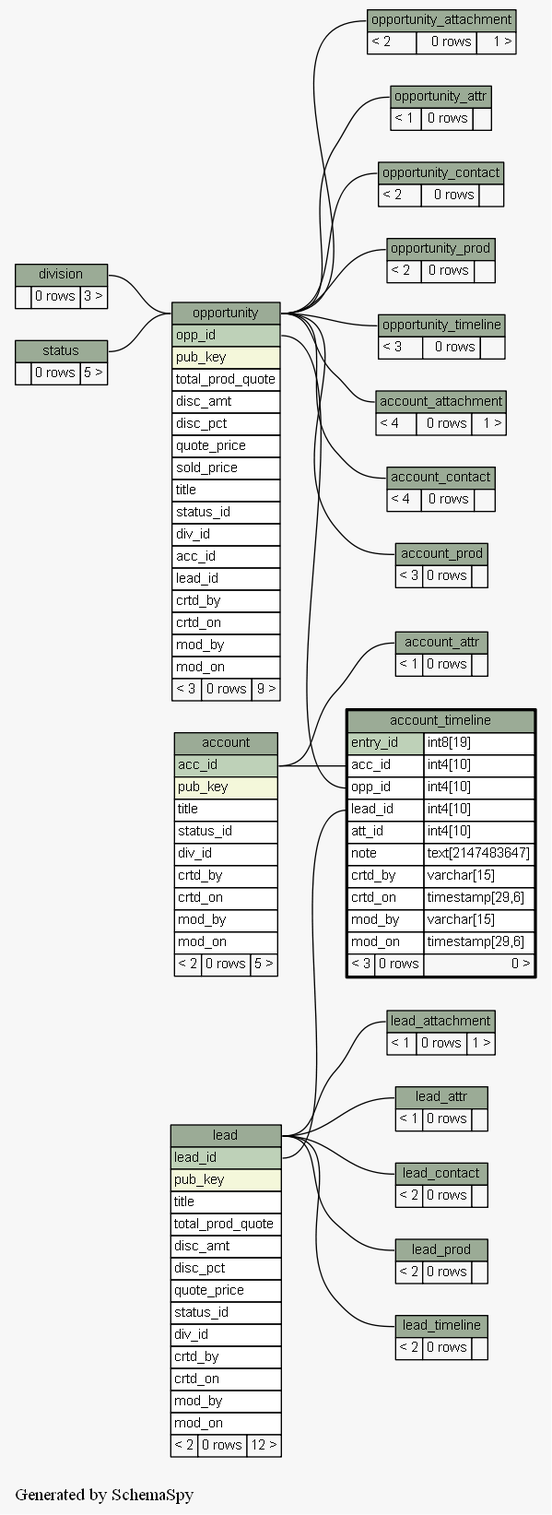
This is docs/database/schemaspy/graphs/account_timeline.2degrees.png from engineerscraft/salesforce, a Graphviz export, as it was before one commit. Its source is kept beside it as docs/database/schemaspy/graphs/account_timeline.2degrees.dot. Source of this version:
```dot
digraph "twoDegreesRelationshipsGraph" {
  graph [
    rankdir="RL"
    bgcolor="#f7f7f7"
    label="\nGenerated by SchemaSpy"
    labeljust="l"
  ];
  node [
    fontname="Helvetica"
    fontsize="11"
    shape="plaintext"
  ];
  edge [
    arrowsize="0.8"
  ];
  "account_attachment":"account_attachment.heading":w -> "opportunity":"opportunity.heading":e [arrowtail=crowodot arrowhead=none];
  "account_attr":"account_attr.heading":w -> "account":"acc_id":e [arrowtail=tee arrowhead=none];
  "account_contact":"account_contact.heading":w -> "opportunity":"opportunity.heading":e [arrowtail=crowtee arrowhead=none];
  "account_prod":"account_prod.heading":w -> "opportunity":"opportunity.heading":e [arrowtail=crowtee arrowhead=none];
  "account_timeline":"acc_id":w -> "account":"acc_id":e [arrowtail=crowtee arrowhead=none];
  "account_timeline":"lead_id":w -> "lead":"lead_id":e [arrowtail=crowodot arrowhead=none];
  "account_timeline":"opp_id":w -> "opportunity":"opp_id":e [arrowtail=crowodot arrowhead=none];
  "lead_attachment":"lead_attachment.heading":w -> "lead":"lead.heading":e [arrowtail=crowtee arrowhead=none];
  "lead_attr":"lead_attr.heading":w -> "lead":"lead.heading":e [arrowtail=tee arrowhead=none];
  "lead_contact":"lead_contact.heading":w -> "lead":"lead.heading":e [arrowtail=crowtee arrowhead=none];
  "lead_prod":"lead_prod.heading":w -> "lead":"lead.heading":e [arrowtail=crowtee arrowhead=none];
  "lead_timeline":"lead_timeline.heading":w -> "lead":"lead.heading":e [arrowtail=crowtee arrowhead=none];
  "opportunity":"opportunity.heading":w -> "division":"division.heading":e [arrowtail=crowtee arrowhead=none];
  "opportunity":"opportunity.heading":w -> "status":"status.heading":e [arrowtail=crowtee arrowhead=none];
  "opportunity_attachment":"opportunity_attachment.heading":w -> "opportunity":"opportunity.heading":e [arrowtail=crowtee arrowhead=none];
  "opportunity_attr":"opportunity_attr.heading":w -> "opportunity":"opportunity.heading":e [arrowtail=tee arrowhead=none];
  "opportunity_contact":"opportunity_contact.heading":w -> "opportunity":"opportunity.heading":e [arrowtail=crowtee arrowhead=none];
  "opportunity_prod":"opportunity_prod.heading":w -> "opportunity":"opportunity.heading":e [arrowtail=crowtee arrowhead=none];
  "opportunity_timeline":"opportunity_timeline.heading":w -> "opportunity":"opportunity.heading":e [arrowtail=crowtee arrowhead=none];
  "account" [
    label=<
    <TABLE BORDER="0" CELLBORDER="1" CELLSPACING="0" BGCOLOR="#ffffff">
      <TR><TD PORT="account.heading" COLSPAN="3" BGCOLOR="#9bab96" ALIGN="CENTER">account</TD></TR>
      <TR><TD PORT="acc_id" COLSPAN="3" BGCOLOR="#bed1b8" ALIGN="LEFT">acc_id</TD></TR>
      <TR><TD PORT="pub_key" COLSPAN="3" BGCOLOR="#f4f7da" ALIGN="LEFT">pub_key</TD></TR>
      <TR><TD PORT="title" COLSPAN="3" ALIGN="LEFT">title</TD></TR>
      <TR><TD PORT="status_id" COLSPAN="3" ALIGN="LEFT">status_id</TD></TR>
      <TR><TD PORT="div_id" COLSPAN="3" ALIGN="LEFT">div_id</TD></TR>
      <TR><TD PORT="crtd_by" COLSPAN="3" ALIGN="LEFT">crtd_by</TD></TR>
      <TR><TD PORT="crtd_on" COLSPAN="3" ALIGN="LEFT">crtd_on</TD></TR>
      <TR><TD PORT="mod_by" COLSPAN="3" ALIGN="LEFT">mod_by</TD></TR>
      <TR><TD PORT="mod_on" COLSPAN="3" ALIGN="LEFT">mod_on</TD></TR>
      <TR><TD ALIGN="LEFT" BGCOLOR="#f7f7f7">&lt; 2</TD><TD ALIGN="RIGHT" BGCOLOR="#f7f7f7">0 rows</TD><TD ALIGN="RIGHT" BGCOLOR="#f7f7f7">5 &gt;</TD></TR>
    </TABLE>>
    URL="account.html#graph"
    tooltip="account"
  ];
  "account_attachment" [
    label=<
    <TABLE BORDER="0" CELLBORDER="1" CELLSPACING="0" BGCOLOR="#ffffff">
      <TR><TD PORT="account_attachment.heading" COLSPAN="3" BGCOLOR="#9bab96" ALIGN="CENTER">account_attachment</TD></TR>
      <TR><TD ALIGN="LEFT" BGCOLOR="#f7f7f7">&lt; 4</TD><TD ALIGN="RIGHT" BGCOLOR="#f7f7f7">0 rows</TD><TD ALIGN="RIGHT" BGCOLOR="#f7f7f7">1 &gt;</TD></TR>
    </TABLE>>
    URL="account_attachment.html#graph"
    tooltip="account_attachment"
  ];
  "account_attr" [
    label=<
    <TABLE BORDER="0" CELLBORDER="1" CELLSPACING="0" BGCOLOR="#ffffff">
      <TR><TD PORT="account_attr.heading" COLSPAN="3" BGCOLOR="#9bab96" ALIGN="CENTER">account_attr</TD></TR>
      <TR><TD ALIGN="LEFT" BGCOLOR="#f7f7f7">&lt; 1</TD><TD ALIGN="RIGHT" BGCOLOR="#f7f7f7">0 rows</TD><TD ALIGN="RIGHT" BGCOLOR="#f7f7f7">  </TD></TR>
    </TABLE>>
    URL="account_attr.html#graph"
    tooltip="account_attr"
  ];
  "account_contact" [
    label=<
    <TABLE BORDER="0" CELLBORDER="1" CELLSPACING="0" BGCOLOR="#ffffff">
      <TR><TD PORT="account_contact.heading" COLSPAN="3" BGCOLOR="#9bab96" ALIGN="CENTER">account_contact</TD></TR>
      <TR><TD ALIGN="LEFT" BGCOLOR="#f7f7f7">&lt; 4</TD><TD ALIGN="RIGHT" BGCOLOR="#f7f7f7">0 rows</TD><TD ALIGN="RIGHT" BGCOLOR="#f7f7f7">  </TD></TR>
    </TABLE>>
    URL="account_contact.html#graph"
    tooltip="account_contact"
  ];
  "account_prod" [
    label=<
    <TABLE BORDER="0" CELLBORDER="1" CELLSPACING="0" BGCOLOR="#ffffff">
      <TR><TD PORT="account_prod.heading" COLSPAN="3" BGCOLOR="#9bab96" ALIGN="CENTER">account_prod</TD></TR>
      <TR><TD ALIGN="LEFT" BGCOLOR="#f7f7f7">&lt; 3</TD><TD ALIGN="RIGHT" BGCOLOR="#f7f7f7">0 rows</TD><TD ALIGN="RIGHT" BGCOLOR="#f7f7f7">  </TD></TR>
    </TABLE>>
    URL="account_prod.html#graph"
    tooltip="account_prod"
  ];
  "account_timeline" [
    label=<
    <TABLE BORDER="2" CELLBORDER="1" CELLSPACING="0" BGCOLOR="#ffffff">
      <TR><TD PORT="account_timeline.heading" COLSPAN="3" BGCOLOR="#9bab96" ALIGN="CENTER">account_timeline</TD></TR>
      <TR><TD PORT="entry_id" COLSPAN="2" BGCOLOR="#bed1b8" ALIGN="LEFT">entry_id</TD><TD PORT="entry_id.type" ALIGN="LEFT">int8[19]</TD></TR>
      <TR><TD PORT="acc_id" COLSPAN="2" ALIGN="LEFT">acc_id</TD><TD PORT="acc_id.type" ALIGN="LEFT">int4[10]</TD></TR>
      <TR><TD PORT="opp_id" COLSPAN="2" ALIGN="LEFT">opp_id</TD><TD PORT="opp_id.type" ALIGN="LEFT">int4[10]</TD></TR>
      <TR><TD PORT="lead_id" COLSPAN="2" ALIGN="LEFT">lead_id</TD><TD PORT="lead_id.type" ALIGN="LEFT">int4[10]</TD></TR>
      <TR><TD PORT="att_id" COLSPAN="2" ALIGN="LEFT">att_id</TD><TD PORT="att_id.type" ALIGN="LEFT">int4[10]</TD></TR>
      <TR><TD PORT="note" COLSPAN="2" ALIGN="LEFT">note</TD><TD PORT="note.type" ALIGN="LEFT">text[2147483647]</TD></TR>
      <TR><TD PORT="crtd_by" COLSPAN="2" ALIGN="LEFT">crtd_by</TD><TD PORT="crtd_by.type" ALIGN="LEFT">varchar[15]</TD></TR>
      <TR><TD PORT="crtd_on" COLSPAN="2" ALIGN="LEFT">crtd_on</TD><TD PORT="crtd_on.type" ALIGN="LEFT">timestamp[29,6]</TD></TR>
      <TR><TD PORT="mod_by" COLSPAN="2" ALIGN="LEFT">mod_by</TD><TD PORT="mod_by.type" ALIGN="LEFT">varchar[15]</TD></TR>
      <TR><TD PORT="mod_on" COLSPAN="2" ALIGN="LEFT">mod_on</TD><TD PORT="mod_on.type" ALIGN="LEFT">timestamp[29,6]</TD></TR>
      <TR><TD ALIGN="LEFT" BGCOLOR="#f7f7f7">&lt; 3</TD><TD ALIGN="RIGHT" BGCOLOR="#f7f7f7">0 rows</TD><TD ALIGN="RIGHT" BGCOLOR="#f7f7f7">0 &gt;</TD></TR>
    </TABLE>>
    URL="account_timeline.html#"
    tooltip="account_timeline"
  ];
  "division" [
    label=<
    <TABLE BORDER="0" CELLBORDER="1" CELLSPACING="0" BGCOLOR="#ffffff">
      <TR><TD PORT="division.heading" COLSPAN="3" BGCOLOR="#9bab96" ALIGN="CENTER">division</TD></TR>
      <TR><TD ALIGN="LEFT" BGCOLOR="#f7f7f7">  </TD><TD ALIGN="RIGHT" BGCOLOR="#f7f7f7">0 rows</TD><TD ALIGN="RIGHT" BGCOLOR="#f7f7f7">3 &gt;</TD></TR>
    </TABLE>>
    URL="division.html#graph"
    tooltip="division"
  ];
  "lead" [
    label=<
    <TABLE BORDER="0" CELLBORDER="1" CELLSPACING="0" BGCOLOR="#ffffff">
      <TR><TD PORT="lead.heading" COLSPAN="3" BGCOLOR="#9bab96" ALIGN="CENTER">lead</TD></TR>
      <TR><TD PORT="lead_id" COLSPAN="3" BGCOLOR="#bed1b8" ALIGN="LEFT">lead_id</TD></TR>
      <TR><TD PORT="pub_key" COLSPAN="3" BGCOLOR="#f4f7da" ALIGN="LEFT">pub_key</TD></TR>
      <TR><TD PORT="title" COLSPAN="3" ALIGN="LEFT">title</TD></TR>
      <TR><TD PORT="total_prod_quote" COLSPAN="3" ALIGN="LEFT">total_prod_quote</TD></TR>
      <TR><TD PORT="disc_amt" COLSPAN="3" ALIGN="LEFT">disc_amt</TD></TR>
      <TR><TD PORT="disc_pct" COLSPAN="3" ALIGN="LEFT">disc_pct</TD></TR>
      <TR><TD PORT="quote_price" COLSPAN="3" ALIGN="LEFT">quote_price</TD></TR>
      <TR><TD PORT="status_id" COLSPAN="3" ALIGN="LEFT">status_id</TD></TR>
      <TR><TD PORT="div_id" COLSPAN="3" ALIGN="LEFT">div_id</TD></TR>
      <TR><TD PORT="crtd_by" COLSPAN="3" ALIGN="LEFT">crtd_by</TD></TR>
      <TR><TD PORT="crtd_on" COLSPAN="3" ALIGN="LEFT">crtd_on</TD></TR>
      <TR><TD PORT="mod_by" COLSPAN="3" ALIGN="LEFT">mod_by</TD></TR>
      <TR><TD PORT="mod_on" COLSPAN="3" ALIGN="LEFT">mod_on</TD></TR>
      <TR><TD ALIGN="LEFT" BGCOLOR="#f7f7f7">&lt; 2</TD><TD ALIGN="RIGHT" BGCOLOR="#f7f7f7">0 rows</TD><TD ALIGN="RIGHT" BGCOLOR="#f7f7f7">12 &gt;</TD></TR>
    </TABLE>>
    URL="lead.html#graph"
    tooltip="lead"
  ];
  "lead_attachment" [
    label=<
    <TABLE BORDER="0" CELLBORDER="1" CELLSPACING="0" BGCOLOR="#ffffff">
      <TR><TD PORT="lead_attachment.heading" COLSPAN="3" BGCOLOR="#9bab96" ALIGN="CENTER">lead_attachment</TD></TR>
      <TR><TD ALIGN="LEFT" BGCOLOR="#f7f7f7">&lt; 1</TD><TD ALIGN="RIGHT" BGCOLOR="#f7f7f7">0 rows</TD><TD ALIGN="RIGHT" BGCOLOR="#f7f7f7">1 &gt;</TD></TR>
    </TABLE>>
    URL="lead_attachment.html#graph"
    tooltip="lead_attachment"
  ];
  "lead_attr" [
    label=<
    <TABLE BORDER="0" CELLBORDER="1" CELLSPACING="0" BGCOLOR="#ffffff">
      <TR><TD PORT="lead_attr.heading" COLSPAN="3" BGCOLOR="#9bab96" ALIGN="CENTER">lead_attr</TD></TR>
      <TR><TD ALIGN="LEFT" BGCOLOR="#f7f7f7">&lt; 1</TD><TD ALIGN="RIGHT" BGCOLOR="#f7f7f7">0 rows</TD><TD ALIGN="RIGHT" BGCOLOR="#f7f7f7">  </TD></TR>
    </TABLE>>
    URL="lead_attr.html#graph"
    tooltip="lead_attr"
  ];
  "lead_contact" [
    label=<
    <TABLE BORDER="0" CELLBORDER="1" CELLSPACING="0" BGCOLOR="#ffffff">
      <TR><TD PORT="lead_contact.heading" COLSPAN="3" BGCOLOR="#9bab96" ALIGN="CENTER">lead_contact</TD></TR>
      <TR><TD ALIGN="LEFT" BGCOLOR="#f7f7f7">&lt; 2</TD><TD ALIGN="RIGHT" BGCOLOR="#f7f7f7">0 rows</TD><TD ALIGN="RIGHT" BGCOLOR="#f7f7f7">  </TD></TR>
    </TABLE>>
    URL="lead_contact.html#graph"
    tooltip="lead_contact"
  ];
  "lead_prod" [
    label=<
    <TABLE BORDER="0" CELLBORDER="1" CELLSPACING="0" BGCOLOR="#ffffff">
      <TR><TD PORT="lead_prod.heading" COLSPAN="3" BGCOLOR="#9bab96" ALIGN="CENTER">lead_prod</TD></TR>
      <TR><TD ALIGN="LEFT" BGCOLOR="#f7f7f7">&lt; 2</TD><TD ALIGN="RIGHT" BGCOLOR="#f7f7f7">0 rows</TD><TD ALIGN="RIGHT" BGCOLOR="#f7f7f7">  </TD></TR>
    </TABLE>>
    URL="lead_prod.html#graph"
    tooltip="lead_prod"
  ];
  "lead_timeline" [
    label=<
    <TABLE BORDER="0" CELLBORDER="1" CELLSPACING="0" BGCOLOR="#ffffff">
      <TR><TD PORT="lead_timeline.heading" COLSPAN="3" BGCOLOR="#9bab96" ALIGN="CENTER">lead_timeline</TD></TR>
      <TR><TD ALIGN="LEFT" BGCOLOR="#f7f7f7">&lt; 2</TD><TD ALIGN="RIGHT" BGCOLOR="#f7f7f7">0 rows</TD><TD ALIGN="RIGHT" BGCOLOR="#f7f7f7">  </TD></TR>
    </TABLE>>
    URL="lead_timeline.html#graph"
    tooltip="lead_timeline"
  ];
  "opportunity" [
    label=<
    <TABLE BORDER="0" CELLBORDER="1" CELLSPACING="0" BGCOLOR="#ffffff">
      <TR><TD PORT="opportunity.heading" COLSPAN="3" BGCOLOR="#9bab96" ALIGN="CENTER">opportunity</TD></TR>
      <TR><TD PORT="opp_id" COLSPAN="3" BGCOLOR="#bed1b8" ALIGN="LEFT">opp_id</TD></TR>
      <TR><TD PORT="pub_key" COLSPAN="3" BGCOLOR="#f4f7da" ALIGN="LEFT">pub_key</TD></TR>
      <TR><TD PORT="total_prod_quote" COLSPAN="3" ALIGN="LEFT">total_prod_quote</TD></TR>
      <TR><TD PORT="disc_amt" COLSPAN="3" ALIGN="LEFT">disc_amt</TD></TR>
      <TR><TD PORT="disc_pct" COLSPAN="3" ALIGN="LEFT">disc_pct</TD></TR>
      <TR><TD PORT="quote_price" COLSPAN="3" ALIGN="LEFT">quote_price</TD></TR>
      <TR><TD PORT="sold_price" COLSPAN="3" ALIGN="LEFT">sold_price</TD></TR>
      <TR><TD PORT="title" COLSPAN="3" ALIGN="LEFT">title</TD></TR>
      <TR><TD PORT="status_id" COLSPAN="3" ALIGN="LEFT">status_id</TD></TR>
      <TR><TD PORT="div_id" COLSPAN="3" ALIGN="LEFT">div_id</TD></TR>
      <TR><TD PORT="acc_id" COLSPAN="3" ALIGN="LEFT">acc_id</TD></TR>
      <TR><TD PORT="lead_id" COLSPAN="3" ALIGN="LEFT">lead_id</TD></TR>
      <TR><TD PORT="crtd_by" COLSPAN="3" ALIGN="LEFT">crtd_by</TD></TR>
      <TR><TD PORT="crtd_on" COLSPAN="3" ALIGN="LEFT">crtd_on</TD></TR>
      <TR><TD PORT="mod_by" COLSPAN="3" ALIGN="LEFT">mod_by</TD></TR>
      <TR><TD PORT="mod_on" COLSPAN="3" ALIGN="LEFT">mod_on</TD></TR>
      <TR><TD ALIGN="LEFT" BGCOLOR="#f7f7f7">&lt; 3</TD><TD ALIGN="RIGHT" BGCOLOR="#f7f7f7">0 rows</TD><TD ALIGN="RIGHT" BGCOLOR="#f7f7f7">9 &gt;</TD></TR>
    </TABLE>>
    URL="opportunity.html#graph"
    tooltip="opportunity"
  ];
  "opportunity_attachment" [
    label=<
    <TABLE BORDER="0" CELLBORDER="1" CELLSPACING="0" BGCOLOR="#ffffff">
      <TR><TD PORT="opportunity_attachment.heading" COLSPAN="3" BGCOLOR="#9bab96" ALIGN="CENTER">opportunity_attachment</TD></TR>
      <TR><TD ALIGN="LEFT" BGCOLOR="#f7f7f7">&lt; 2</TD><TD ALIGN="RIGHT" BGCOLOR="#f7f7f7">0 rows</TD><TD ALIGN="RIGHT" BGCOLOR="#f7f7f7">1 &gt;</TD></TR>
    </TABLE>>
    URL="opportunity_attachment.html#graph"
    tooltip="opportunity_attachment"
  ];
  "opportunity_attr" [
    label=<
    <TABLE BORDER="0" CELLBORDER="1" CELLSPACING="0" BGCOLOR="#ffffff">
      <TR><TD PORT="opportunity_attr.heading" COLSPAN="3" BGCOLOR="#9bab96" ALIGN="CENTER">opportunity_attr</TD></TR>
      <TR><TD ALIGN="LEFT" BGCOLOR="#f7f7f7">&lt; 1</TD><TD ALIGN="RIGHT" BGCOLOR="#f7f7f7">0 rows</TD><TD ALIGN="RIGHT" BGCOLOR="#f7f7f7">  </TD></TR>
    </TABLE>>
    URL="opportunity_attr.html#graph"
    tooltip="opportunity_attr"
  ];
  "opportunity_contact" [
    label=<
    <TABLE BORDER="0" CELLBORDER="1" CELLSPACING="0" BGCOLOR="#ffffff">
      <TR><TD PORT="opportunity_contact.heading" COLSPAN="3" BGCOLOR="#9bab96" ALIGN="CENTER">opportunity_contact</TD></TR>
      <TR><TD ALIGN="LEFT" BGCOLOR="#f7f7f7">&lt; 2</TD><TD ALIGN="RIGHT" BGCOLOR="#f7f7f7">0 rows</TD><TD ALIGN="RIGHT" BGCOLOR="#f7f7f7">  </TD></TR>
    </TABLE>>
    URL="opportunity_contact.html#graph"
    tooltip="opportunity_contact"
  ];
  "opportunity_prod" [
    label=<
    <TABLE BORDER="0" CELLBORDER="1" CELLSPACING="0" BGCOLOR="#ffffff">
      <TR><TD PORT="opportunity_prod.heading" COLSPAN="3" BGCOLOR="#9bab96" ALIGN="CENTER">opportunity_prod</TD></TR>
      <TR><TD ALIGN="LEFT" BGCOLOR="#f7f7f7">&lt; 2</TD><TD ALIGN="RIGHT" BGCOLOR="#f7f7f7">0 rows</TD><TD ALIGN="RIGHT" BGCOLOR="#f7f7f7">  </TD></TR>
    </TABLE>>
    URL="opportunity_prod.html#graph"
    tooltip="opportunity_prod"
  ];
  "opportunity_timeline" [
    label=<
    <TABLE BORDER="0" CELLBORDER="1" CELLSPACING="0" BGCOLOR="#ffffff">
      <TR><TD PORT="opportunity_timeline.heading" COLSPAN="3" BGCOLOR="#9bab96" ALIGN="CENTER">opportunity_timeline</TD></TR>
      <TR><TD ALIGN="LEFT" BGCOLOR="#f7f7f7">&lt; 3</TD><TD ALIGN="RIGHT" BGCOLOR="#f7f7f7">0 rows</TD><TD ALIGN="RIGHT" BGCOLOR="#f7f7f7">  </TD></TR>
    </TABLE>>
    URL="opportunity_timeline.html#graph"
    tooltip="opportunity_timeline"
  ];
  "status" [
    label=<
    <TABLE BORDER="0" CELLBORDER="1" CELLSPACING="0" BGCOLOR="#ffffff">
      <TR><TD PORT="status.heading" COLSPAN="3" BGCOLOR="#9bab96" ALIGN="CENTER">status</TD></TR>
      <TR><TD ALIGN="LEFT" BGCOLOR="#f7f7f7">  </TD><TD ALIGN="RIGHT" BGCOLOR="#f7f7f7">0 rows</TD><TD ALIGN="RIGHT" BGCOLOR="#f7f7f7">5 &gt;</TD></TR>
    </TABLE>>
    URL="status.html#graph"
    tooltip="status"
  ];
}
```
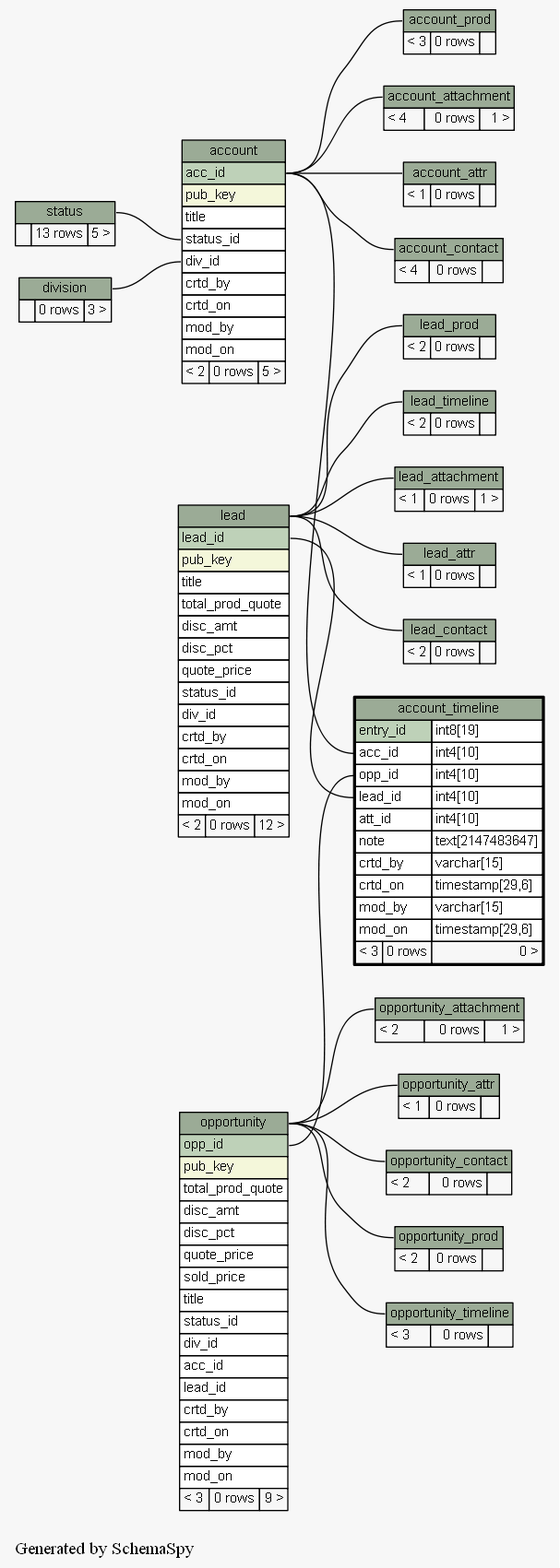
After the commit.

Change to the diagram source:
```diff
@@ -13,10 +13,12 @@
   edge [
     arrowsize="0.8"
   ];
-  "account_attachment":"account_attachment.heading":w -> "opportunity":"opportunity.heading":e [arrowtail=crowodot arrowhead=none];
+  "account":"div_id":w -> "division":"division.heading":e [arrowtail=crowtee arrowhead=none];
+  "account":"status_id":w -> "status":"status.heading":e [arrowtail=crowtee arrowhead=none];
+  "account_attachment":"account_attachment.heading":w -> "account":"acc_id":e [arrowtail=crowtee arrowhead=none];
   "account_attr":"account_attr.heading":w -> "account":"acc_id":e [arrowtail=tee arrowhead=none];
-  "account_contact":"account_contact.heading":w -> "opportunity":"opportunity.heading":e [arrowtail=crowtee arrowhead=none];
-  "account_prod":"account_prod.heading":w -> "opportunity":"opportunity.heading":e [arrowtail=crowtee arrowhead=none];
+  "account_contact":"account_contact.heading":w -> "account":"acc_id":e [arrowtail=crowtee arrowhead=none];
+  "account_prod":"account_prod.heading":w -> "account":"acc_id":e [arrowtail=crowtee arrowhead=none];
   "account_timeline":"acc_id":w -> "account":"acc_id":e [arrowtail=crowtee arrowhead=none];
   "account_timeline":"lead_id":w -> "lead":"lead_id":e [arrowtail=crowodot arrowhead=none];
   "account_timeline":"opp_id":w -> "opportunity":"opp_id":e [arrowtail=crowodot arrowhead=none];
@@ -25,8 +27,6 @@
   "lead_contact":"lead_contact.heading":w -> "lead":"lead.heading":e [arrowtail=crowtee arrowhead=none];
   "lead_prod":"lead_prod.heading":w -> "lead":"lead.heading":e [arrowtail=crowtee arrowhead=none];
   "lead_timeline":"lead_timeline.heading":w -> "lead":"lead.heading":e [arrowtail=crowtee arrowhead=none];
-  "opportunity":"opportunity.heading":w -> "division":"division.heading":e [arrowtail=crowtee arrowhead=none];
-  "opportunity":"opportunity.heading":w -> "status":"status.heading":e [arrowtail=crowtee arrowhead=none];
   "opportunity_attachment":"opportunity_attachment.heading":w -> "opportunity":"opportunity.heading":e [arrowtail=crowtee arrowhead=none];
   "opportunity_attr":"opportunity_attr.heading":w -> "opportunity":"opportunity.heading":e [arrowtail=tee arrowhead=none];
   "opportunity_contact":"opportunity_contact.heading":w -> "opportunity":"opportunity.heading":e [arrowtail=crowtee arrowhead=none];
@@ -255,7 +255,7 @@
     label=<
     <TABLE BORDER="0" CELLBORDER="1" CELLSPACING="0" BGCOLOR="#ffffff">
       <TR><TD PORT="status.heading" COLSPAN="3" BGCOLOR="#9bab96" ALIGN="CENTER">status</TD></TR>
-      <TR><TD ALIGN="LEFT" BGCOLOR="#f7f7f7">  </TD><TD ALIGN="RIGHT" BGCOLOR="#f7f7f7">0 rows</TD><TD ALIGN="RIGHT" BGCOLOR="#f7f7f7">5 &gt;</TD></TR>
+      <TR><TD ALIGN="LEFT" BGCOLOR="#f7f7f7">  </TD><TD ALIGN="RIGHT" BGCOLOR="#f7f7f7">13 rows</TD><TD ALIGN="RIGHT" BGCOLOR="#f7f7f7">5 &gt;</TD></TR>
     </TABLE>>
     URL="status.html#graph"
     tooltip="status"
```
